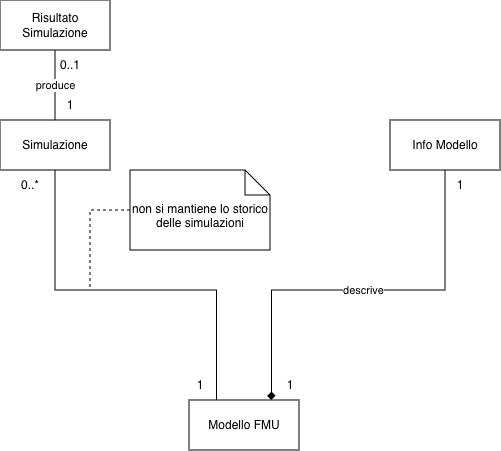
The draw.io diagram figures/analisi-dominio.png in Sohaib-Ouakani/thesis-template, before a commit. Source tidied: cells renumbered, new cells last; positions are measured from the earlier drawing's top-left corner, leaving out a move shared by most shapes.
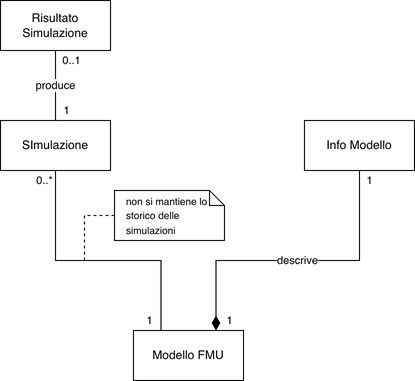
Above is the later version.

The edit, as a diff of the source:
```diff
@@ -1,63 +1,63 @@
 <mxGraphModel>
   <root>
-    <mxCell id="0" />
-    <mxCell id="1" parent="0" />
+    <mxCell id="17" />
+    <mxCell id="18" parent="17" />
-    <mxCell id="2" value="Modello FMU" style="html=1;whiteSpace=wrap;" parent="1" vertex="1">
+    <mxCell id="2" value="Modello FMU" style="html=1;whiteSpace=wrap;" parent="18" vertex="1">
       <mxGeometry x="189" y="400" width="110" height="50" as="geometry" />
     </mxCell>
+    <mxCell id="19" style="edgeStyle=orthogonalEdgeStyle;rounded=0;jettySize=auto;html=1;exitX=0.5;exitY=1;exitDx=0;exitDy=0;entryX=0.25;entryY=0;entryDx=0;entryDy=0;endArrow=none;endFill=0;" parent="18" edge="1" source="20" target="2">
+      <mxGeometry relative="1" as="geometry">
+        <Array as="points">
+          <mxPoint x="111" y="330" />
+          <mxPoint x="216" y="330" />
+        </Array>
+      </mxGeometry>
+    </mxCell>
+    <mxCell id="20" value="SImulazione" style="html=1;whiteSpace=wrap;" parent="18" vertex="1">
+      <mxGeometry x="56" y="190" width="110" height="50" as="geometry" />
+    </mxCell>
+    <mxCell id="11" value="produce" style="edgeStyle=orthogonalEdgeStyle;rounded=0;jettySize=auto;html=1;exitX=0.5;exitY=1;exitDx=0;exitDy=0;entryX=0.5;entryY=0;entryDx=0;entryDy=0;endArrow=none;endFill=0;" parent="18" edge="1" source="12" target="20">
+      <mxGeometry relative="1" as="geometry" />
+    </mxCell>
+    <mxCell id="12" value="Risultato Simulazione" style="html=1;whiteSpace=wrap;" parent="18" vertex="1">
+      <mxGeometry x="56" y="70" width="110" height="50" as="geometry" />
+    </mxCell>
-    <mxCell id="3" value="descrive" style="edgeStyle=orthogonalEdgeStyle;rounded=0;jettySize=auto;html=1;exitX=0.5;exitY=1;exitDx=0;exitDy=0;entryX=0.75;entryY=0;entryDx=0;entryDy=0;endArrow=diamond;endFill=1;" parent="1" edge="1" source="4" target="2">
+    <mxCell id="3" value="descrive" style="edgeStyle=orthogonalEdgeStyle;rounded=0;jettySize=auto;html=1;exitX=0.5;exitY=1;exitDx=0;exitDy=0;entryX=0.75;entryY=0;entryDx=0;entryDy=0;endSize=12;endArrow=diamondThin;endFill=1;" parent="18" edge="1" source="4" target="2">
       <mxGeometry relative="1" as="geometry">
         <Array as="points">
-          <mxPoint x="445" y="290" />
-          <mxPoint x="271" y="290" />
+          <mxPoint x="415" y="330" />
+          <mxPoint x="272" y="330" />
         </Array>
       </mxGeometry>
     </mxCell>
-    <mxCell id="4" value="Info Modello" style="html=1;whiteSpace=wrap;" parent="1" vertex="1">
-      <mxGeometry x="390" y="120" width="110" height="50" as="geometry" />
+    <mxCell id="4" value="Info Modello" style="html=1;whiteSpace=wrap;" parent="18" vertex="1">
+      <mxGeometry x="360" y="190" width="110" height="50" as="geometry" />
     </mxCell>
-    <mxCell id="5" style="edgeStyle=orthogonalEdgeStyle;rounded=0;jettySize=auto;html=1;exitX=0.5;exitY=1;exitDx=0;exitDy=0;entryX=0.25;entryY=0;entryDx=0;entryDy=0;endArrow=none;endFill=0;" parent="1" edge="1" source="6" target="2">
-      <mxGeometry relative="1" as="geometry">
-        <Array as="points">
-          <mxPoint x="55" y="290" />
-          <mxPoint x="217" y="290" />
-        </Array>
-      </mxGeometry>
-    </mxCell>
-    <mxCell id="6" value="Simulazione" style="html=1;whiteSpace=wrap;" parent="1" vertex="1">
-      <mxGeometry y="120" width="110" height="50" as="geometry" />
-    </mxCell>
-    <mxCell id="7" value="1" style="text;html=1;whiteSpace=wrap;strokeColor=none;fillColor=none;align=center;verticalAlign=middle;rounded=0;" parent="1" vertex="1">
-      <mxGeometry x="260" y="370" width="60" height="30" as="geometry" />
-    </mxCell>
-    <mxCell id="8" value="1" style="text;html=1;whiteSpace=wrap;strokeColor=none;fillColor=none;align=center;verticalAlign=middle;rounded=0;" parent="1" vertex="1">
-      <mxGeometry x="170" y="370" width="60" height="30" as="geometry" />
-    </mxCell>
+    <mxCell id="13" value="&lt;span style=&quot;font-weight: normal;&quot;&gt;&lt;font style=&quot;font-size: 11px;&quot;&gt;0..1&lt;/font&gt;&lt;/span&gt;" style="text;align=center;fontStyle=1;verticalAlign=middle;spacingLeft=3;spacingRight=3;strokeColor=none;html=1;" parent="18" vertex="1">
+      <mxGeometry x="117" y="120" width="20" height="20" as="geometry" />
+    </mxCell>
+    <mxCell id="21" value="&lt;span style=&quot;font-weight: normal;&quot;&gt;&lt;font style=&quot;font-size: 11px;&quot;&gt;1&lt;/font&gt;&lt;/span&gt;" style="text;align=center;fontStyle=1;verticalAlign=middle;spacingLeft=3;spacingRight=3;strokeColor=none;html=1;" parent="18" vertex="1">
+      <mxGeometry x="117" y="170" width="10" height="20" as="geometry" />
+    </mxCell>
+    <mxCell id="22" value="&lt;span style=&quot;font-weight: normal;&quot;&gt;&lt;font style=&quot;font-size: 11px;&quot;&gt;1&lt;/font&gt;&lt;/span&gt;" style="text;align=center;fontStyle=1;verticalAlign=middle;spacingLeft=3;spacingRight=3;strokeColor=none;html=1;" parent="18" vertex="1">
+      <mxGeometry x="200" y="380" width="10" height="20" as="geometry" />
+    </mxCell>
+    <mxCell id="23" value="&lt;span style=&quot;font-weight: normal;&quot;&gt;&lt;font style=&quot;font-size: 11px;&quot;&gt;1&lt;/font&gt;&lt;/span&gt;" style="text;align=center;fontStyle=1;verticalAlign=middle;spacingLeft=3;spacingRight=3;strokeColor=none;html=1;" parent="18" vertex="1">
+      <mxGeometry x="280" y="380" width="10" height="20" as="geometry" />
+    </mxCell>
+    <mxCell id="24" value="&lt;span style=&quot;font-weight: normal;&quot;&gt;&lt;font style=&quot;font-size: 11px;&quot;&gt;1&lt;/font&gt;&lt;/span&gt;" style="text;align=center;fontStyle=1;verticalAlign=middle;spacingLeft=3;spacingRight=3;strokeColor=none;html=1;" parent="18" vertex="1">
+      <mxGeometry x="420" y="240" width="10" height="20" as="geometry" />
+    </mxCell>
-    <mxCell id="9" value="0..*" style="text;html=1;whiteSpace=wrap;strokeColor=none;fillColor=none;align=center;verticalAlign=middle;rounded=0;" parent="1" vertex="1">
-      <mxGeometry y="170" width="60" height="30" as="geometry" />
+    <mxCell id="9" value="&lt;span style=&quot;font-weight: normal;&quot;&gt;&lt;font style=&quot;font-size: 11px;&quot;&gt;0..*&lt;/font&gt;&lt;/span&gt;" style="text;align=center;fontStyle=1;verticalAlign=middle;spacingLeft=3;spacingRight=3;strokeColor=none;html=1;" parent="18" vertex="1">
+      <mxGeometry x="90" y="240" width="20" height="20" as="geometry" />
     </mxCell>
-    <mxCell id="10" value="1" style="text;html=1;whiteSpace=wrap;strokeColor=none;fillColor=none;align=center;verticalAlign=middle;rounded=0;" parent="1" vertex="1">
-      <mxGeometry x="430" y="170" width="60" height="30" as="geometry" />
-    </mxCell>
-    <mxCell id="11" value="produce" style="edgeStyle=orthogonalEdgeStyle;rounded=0;jettySize=auto;html=1;exitX=0.5;exitY=1;exitDx=0;exitDy=0;entryX=0.5;entryY=0;entryDx=0;entryDy=0;endArrow=none;endFill=0;" parent="1" edge="1" source="12" target="6">
-      <mxGeometry relative="1" as="geometry" />
-    </mxCell>
-    <mxCell id="12" value="Risultato Simulazione" style="html=1;whiteSpace=wrap;" parent="1" vertex="1">
-      <mxGeometry width="110" height="50" as="geometry" />
-    </mxCell>
-    <mxCell id="13" value="0..1" style="text;html=1;whiteSpace=wrap;strokeColor=none;fillColor=none;align=center;verticalAlign=middle;rounded=0;" parent="1" vertex="1">
-      <mxGeometry x="40" y="50" width="60" height="30" as="geometry" />
-    </mxCell>
-    <mxCell id="14" value="1" style="text;html=1;whiteSpace=wrap;strokeColor=none;fillColor=none;align=center;verticalAlign=middle;rounded=0;" parent="1" vertex="1">
-      <mxGeometry x="40" y="90" width="60" height="30" as="geometry" />
-    </mxCell>
-    <mxCell id="15" style="edgeStyle=orthogonalEdgeStyle;rounded=0;jettySize=auto;html=1;exitX=0;exitY=0.5;exitDx=0;exitDy=0;exitPerimeter=0;endArrow=none;endFill=0;dashed=1;" parent="1" edge="1" source="16">
-      <mxGeometry relative="1" as="geometry">
-        <mxPoint x="90" y="290" as="targetPoint" />
-      </mxGeometry>
-    </mxCell>
+    <mxCell id="25" style="edgeStyle=orthogonalEdgeStyle;rounded=0;jettySize=auto;html=1;exitX=0;exitY=0.5;exitDx=0;exitDy=0;exitPerimeter=0;dashed=1;endArrow=none;endFill=0;" parent="18" edge="1" source="16">
+      <mxGeometry relative="1" as="geometry">
+        <mxPoint x="140" y="330" as="targetPoint" />
+      </mxGeometry>
+    </mxCell>
-    <mxCell id="16" value="non si mantiene lo storico delle simulazioni" style="shape=note2;boundedLbl=1;whiteSpace=wrap;html=1;size=25;verticalAlign=top;align=center;" parent="1" vertex="1">
-      <mxGeometry x="130" y="170" width="140" height="80" as="geometry" />
+    <mxCell id="16" value="&lt;font size=&quot;1&quot;&gt;non si mantiene lo storico delle simulazioni&lt;/font&gt;" style="shape=note;size=15;align=left;spacingLeft=10;html=1;whiteSpace=wrap;" parent="18" vertex="1">
+      <mxGeometry x="170" y="260" width="110" height="50" as="geometry" />
     </mxCell>
   </root>
 </mxGraphModel>
```
